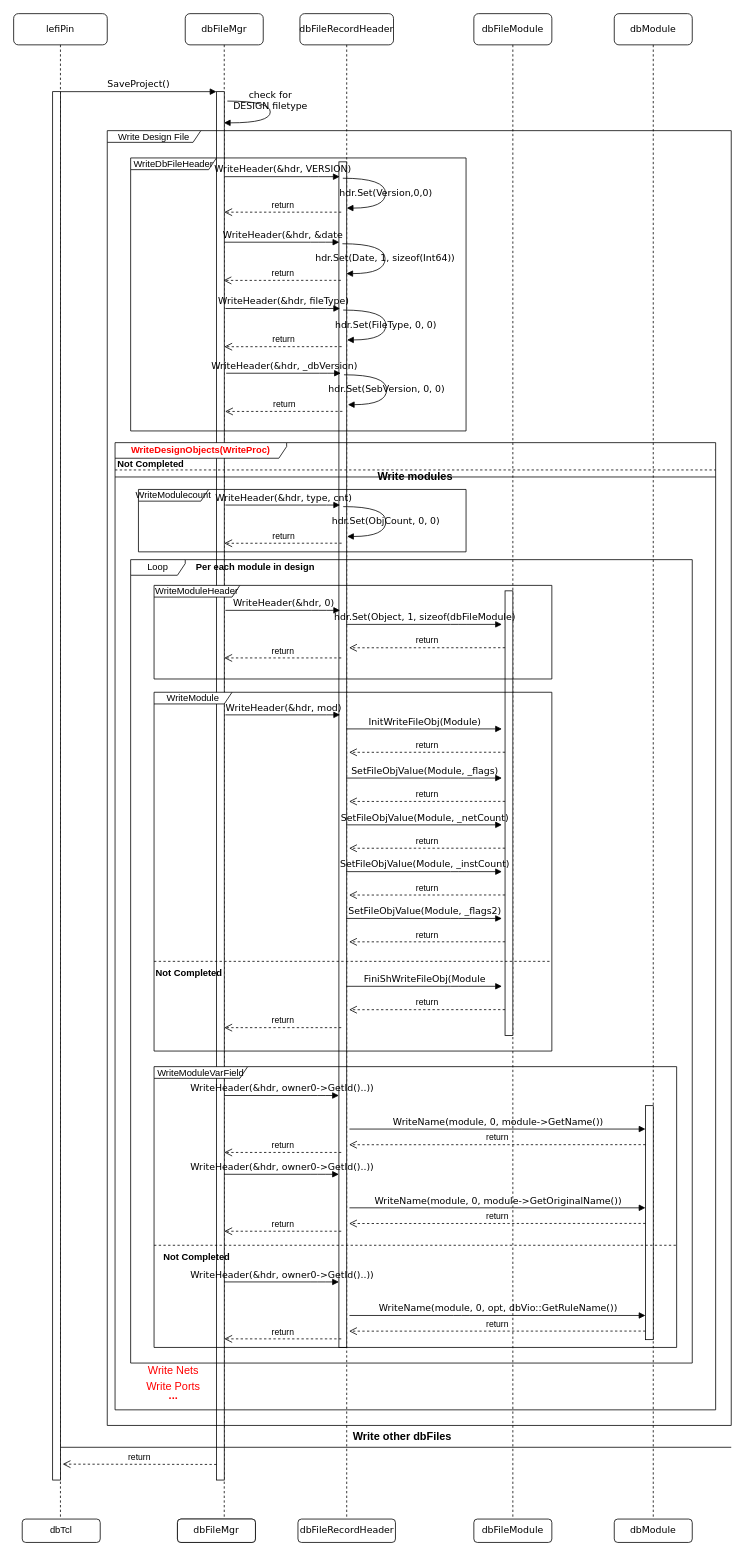
This is Copy of Untitled Diagram.drawio from RebeccaY/start, a draw.io file, before an edit. Source tidied: cells renumbered, new cells numbered last; positions are measured from the earlier drawing's top-left corner, leaving out a move shared by most shapes. Both pictures are drawn from the tidied source at 78%, with x=0, y=0 at pixel (13, 13).
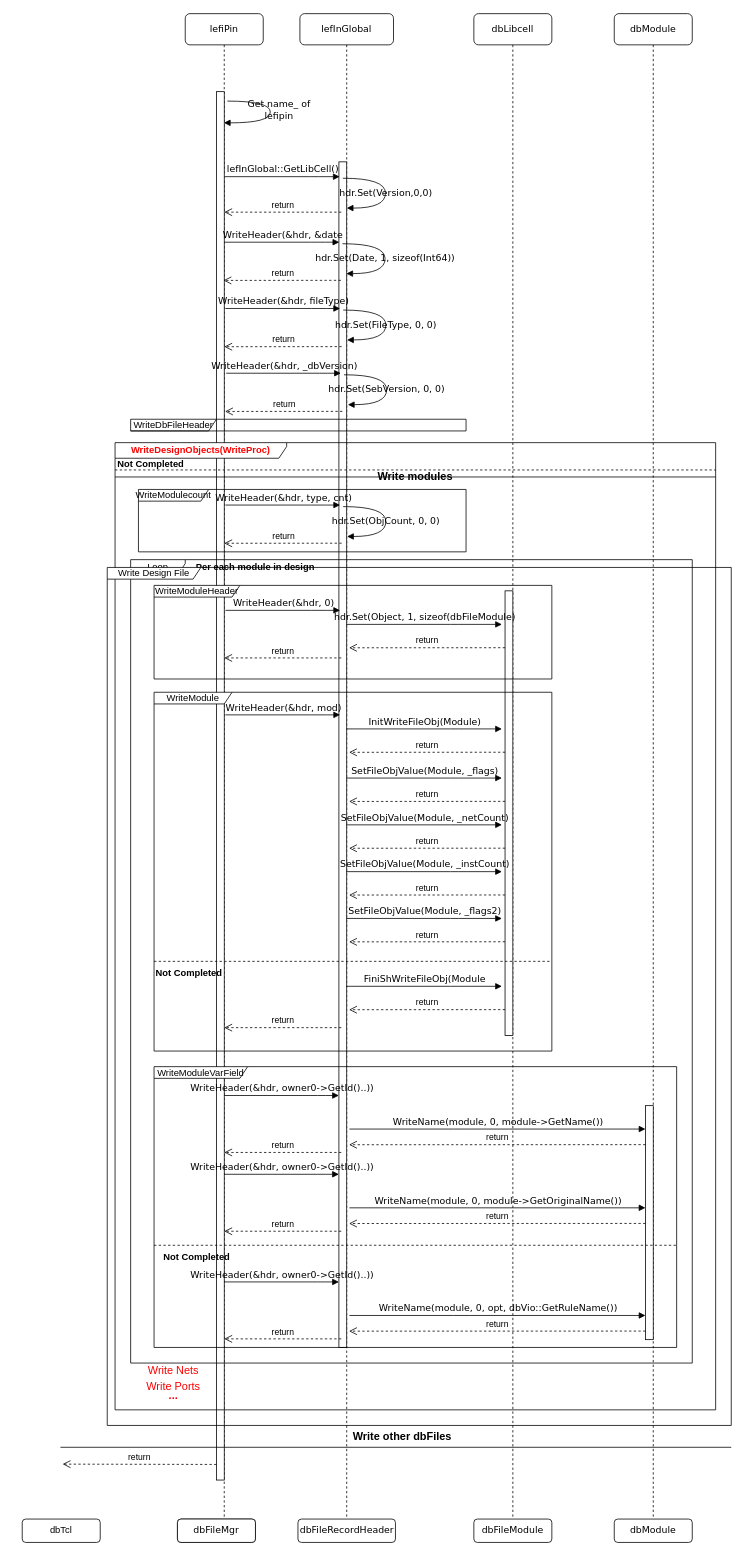
Above is the later version.

The change refers to these unchanged cells:
```xml
<mxCell id="3" style="html=1;points=[];perimeter=orthogonalPerimeter;rounded=0;shadow=0;comic=0;labelBackgroundColor=none;strokeWidth=1;fontFamily=Verdana;fontSize=12;align=center;" parent="2" vertex="1">
  <mxGeometry x="40" y="100" width="10" height="1780" as="geometry" />
</mxCell>
```

What changed in the source:
```diff
@@
-    <mxCell id="2" value="dbFileMgr" style="shape=umlLifeline;perimeter=lifelinePerimeter;whiteSpace=wrap;html=1;outlineConnect=0;rounded=1;shadow=0;comic=0;labelBackgroundColor=none;strokeWidth=1;fontFamily=Verdana;fontSize=12;align=center;" parent="1" vertex="1">
+    <mxCell id="2" value="lefiPin" style="shape=umlLifeline;perimeter=lifelinePerimeter;whiteSpace=wrap;html=1;outlineConnect=0;rounded=1;shadow=0;comic=0;labelBackgroundColor=none;strokeWidth=1;fontFamily=Verdana;fontSize=12;align=center;" parent="1" vertex="1">
       <mxGeometry x="220" width="100" height="1960" as="geometry" />
     </mxCell>
@@
-    <mxCell id="4" value="dbFileRecordHeader" style="shape=umlLifeline;perimeter=lifelinePerimeter;whiteSpace=wrap;html=1;rounded=1;shadow=0;comic=0;labelBackgroundColor=none;strokeWidth=1;fontFamily=Verdana;fontSize=12;align=center;" parent="1" vertex="1">
+    <mxCell id="4" value="lefInGlobal" style="shape=umlLifeline;perimeter=lifelinePerimeter;whiteSpace=wrap;html=1;rounded=1;shadow=0;comic=0;labelBackgroundColor=none;strokeWidth=1;fontFamily=Verdana;fontSize=12;align=center;" parent="1" vertex="1">
       <mxGeometry x="367" width="120" height="1960" as="geometry" />
     </mxCell>
@@
-    <mxCell id="6" value="dbFileModule" style="shape=umlLifeline;perimeter=lifelinePerimeter;whiteSpace=wrap;html=1;rounded=1;shadow=0;comic=0;labelBackgroundColor=none;strokeWidth=1;fontFamily=Verdana;fontSize=12;align=center;" parent="1" vertex="1">
+    <mxCell id="6" value="dbLibcell" style="shape=umlLifeline;perimeter=lifelinePerimeter;whiteSpace=wrap;html=1;rounded=1;shadow=0;comic=0;labelBackgroundColor=none;strokeWidth=1;fontFamily=Verdana;fontSize=12;align=center;" parent="1" vertex="1">
       <mxGeometry x="590" width="100" height="1960" as="geometry" />
     </mxCell>
-    <mxCell id="7" value="lefiPin" style="shape=umlLifeline;perimeter=lifelinePerimeter;whiteSpace=wrap;html=1;rounded=1;shadow=0;comic=0;labelBackgroundColor=none;strokeWidth=1;fontFamily=Verdana;fontSize=12;align=center;" parent="1" vertex="1">
-      <mxGeometry width="120" height="1960" as="geometry" />
-    </mxCell>
-    <mxCell id="8" style="html=1;points=[];perimeter=orthogonalPerimeter;rounded=0;shadow=0;comic=0;labelBackgroundColor=none;strokeWidth=1;fontFamily=Verdana;fontSize=12;align=center;" parent="7" vertex="1">
-      <mxGeometry x="50" y="100" width="10" height="1780" as="geometry" />
-    </mxCell>
@@
-    <mxCell id="10" value="SaveProject()" style="html=1;verticalAlign=bottom;endArrow=block;entryX=0;entryY=0;labelBackgroundColor=none;fontFamily=Verdana;fontSize=12;edgeStyle=elbowEdgeStyle;elbow=vertical;" parent="1" edge="1" source="8" target="3">
-      <mxGeometry relative="1" as="geometry" />
-    </mxCell>
-    <mxCell id="11" value="check for&lt;br&gt;DESIGN filetype" style="html=1;verticalAlign=bottom;endArrow=block;labelBackgroundColor=none;fontFamily=Verdana;fontSize=12;elbow=vertical;edgeStyle=orthogonalEdgeStyle;curved=1;exitX=1.038;exitY=0.345;exitPerimeter=0;" parent="1" edge="1" target="2">
-      <mxGeometry relative="1" as="geometry">
+    <mxCell id="11" value="Get name_ of&lt;br&gt;lefipin" style="html=1;verticalAlign=bottom;endArrow=block;labelBackgroundColor=none;fontFamily=Verdana;fontSize=12;elbow=vertical;edgeStyle=orthogonalEdgeStyle;curved=1;exitX=1.038;exitY=0.345;exitPerimeter=0;" parent="1" edge="1" target="2">
+      <mxGeometry x="0.16" y="-11" relative="1" as="geometry">
         <mxPoint x="274" y="112.1" as="sourcePoint" />
         <Array as="points">
           <mxPoint x="329" y="112" />
           <mxPoint x="329" y="140" />
         </Array>
+        <mxPoint x="11" y="11" as="offset" />
       </mxGeometry>
     </mxCell>
     <mxCell id="12" value="WriteDbFileHeader" style="shape=umlFrame;whiteSpace=wrap;html=1;width=110;height=15;" parent="1" vertex="1">
-      <mxGeometry x="150" y="185" width="430" height="350" as="geometry" />
+      <mxGeometry x="150" y="520" width="430" height="15" as="geometry" />
     </mxCell>
-    <mxCell id="13" value="WriteHeader(&amp;amp;hdr, VERSION)" style="html=1;verticalAlign=bottom;endArrow=block;entryX=0;entryY=0;labelBackgroundColor=none;fontFamily=Verdana;fontSize=12;edgeStyle=elbowEdgeStyle;elbow=vertical;" parent="1" edge="1">
+    <mxCell id="13" value="lefInGlobal::GetLibCell()" style="html=1;verticalAlign=bottom;endArrow=block;entryX=0;entryY=0;labelBackgroundColor=none;fontFamily=Verdana;fontSize=12;edgeStyle=elbowEdgeStyle;elbow=vertical;" parent="1" edge="1">
       <mxGeometry relative="1" as="geometry">
         <mxPoint x="271" y="209" as="sourcePoint" />
         <mxPoint x="418" y="209" as="targetPoint" />
         <Array as="points">
           <mxPoint x="391" y="209" />
           <mxPoint x="361" y="192" />
         </Array>
       </mxGeometry>
     </mxCell>
@@
     <mxCell id="73" value="Write Design File" style="shape=umlFrame;whiteSpace=wrap;html=1;width=120;height=15;" parent="1" vertex="1">
-      <mxGeometry x="120" y="150" width="800" height="1660" as="geometry" />
+      <mxGeometry x="120" y="710" width="800" height="1100" as="geometry" />
     </mxCell>
```
